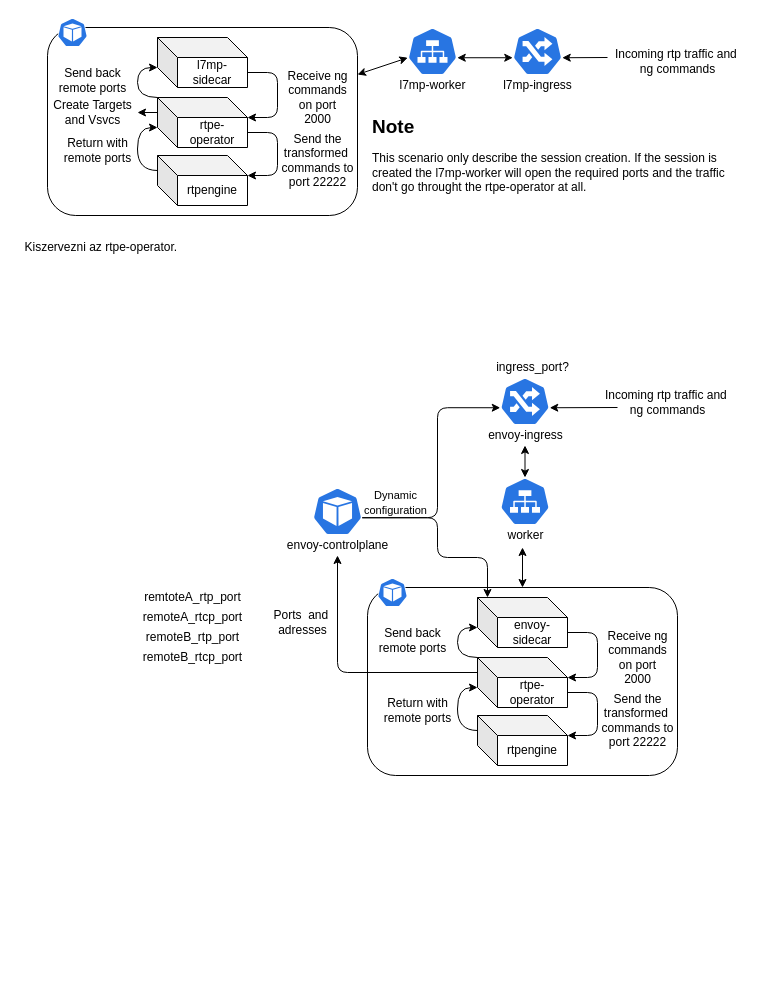
This is page "l7mp" (1 of 2) of images/figures.drawio from l7mp/l7mp-media-plane-controller, a draw.io file, before an edit. Source tidied: cells renumbered, new cells numbered last; positions are measured from the earlier drawing's top-left corner, leaving out a move shared by most shapes. Both pictures are drawn from the tidied source at 100%, with x=0, y=0 at pixel (17, 17).
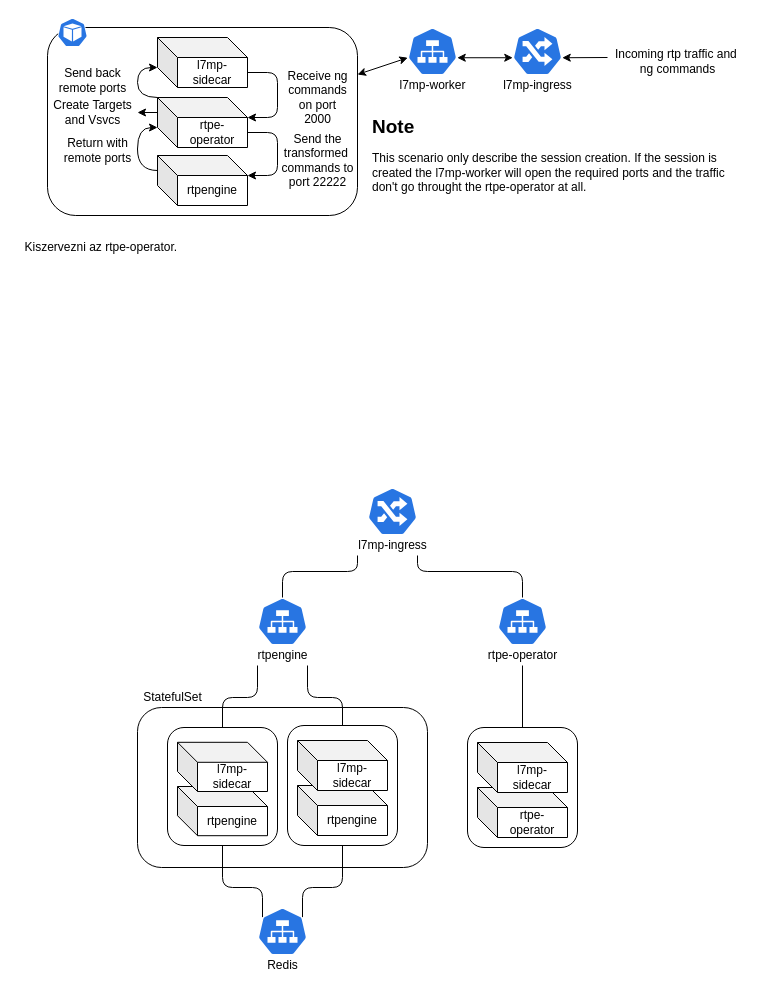
After the change.

Change to the diagram source:
```diff
@@
-    <mxCell id="2" style="group;" parent="1" vertex="1">
-      <mxGeometry x="350" y="570" width="315" height="188" as="geometry" />
-    </mxCell>
-    <mxCell id="3" style="rounded=1;whiteSpace=wrap;html=1;" parent="2" vertex="1">
-      <mxGeometry width="310" height="188" as="geometry" />
-    </mxCell>
-    <mxCell id="4" value="rtpengine" style="shape=cube;whiteSpace=wrap;html=1;boundedLbl=1;backgroundOutline=1;darkOpacity=0.05;darkOpacity2=0.1;" parent="2" vertex="1">
-      <mxGeometry x="110" y="128" width="90" height="50" as="geometry" />
-    </mxCell>
-    <mxCell id="5" value="rtpe-operator" style="shape=cube;whiteSpace=wrap;html=1;boundedLbl=1;backgroundOutline=1;darkOpacity=0.05;darkOpacity2=0.1;" parent="2" vertex="1">
-      <mxGeometry x="110" y="70" width="90" height="50" as="geometry" />
-    </mxCell>
-    <mxCell id="6" value="envoy-sidecar" style="shape=cube;whiteSpace=wrap;html=1;boundedLbl=1;backgroundOutline=1;darkOpacity=0.05;darkOpacity2=0.1;" parent="2" vertex="1">
-      <mxGeometry x="110" y="10" width="90" height="50" as="geometry" />
-    </mxCell>
-    <mxCell id="7" style="endArrow=classic;html=1;entryX=0;entryY=0;entryDx=90;entryDy=20;entryPerimeter=0;exitX=0;exitY=0;exitDx=90;exitDy=35;exitPerimeter=0;edgeStyle=entityRelationEdgeStyle;" parent="2" edge="1" source="6" target="5">
-      <mxGeometry relative="1" as="geometry" />
-    </mxCell>
-    <mxCell id="8" value="Receive ng&lt;br&gt;commands&lt;br&gt;on port&lt;br&gt;2000" style="text;html=1;align=center;verticalAlign=middle;" parent="2" vertex="1">
-      <mxGeometry x="230" y="40" width="80" height="60" as="geometry" />
-    </mxCell>
-    <mxCell id="9" style="endArrow=classic;html=1;exitX=0;exitY=0;exitDx=90;exitDy=35;exitPerimeter=0;entryX=0;entryY=0;entryDx=90;entryDy=20;entryPerimeter=0;edgeStyle=entityRelationEdgeStyle;" parent="2" edge="1" source="5" target="4">
-      <mxGeometry relative="1" as="geometry" />
-    </mxCell>
-    <mxCell id="10" value="Send the&lt;br&gt;transformed&amp;nbsp;&lt;br&gt;commands to&lt;br&gt;port 22222" style="text;html=1;align=center;verticalAlign=middle;" parent="2" vertex="1">
-      <mxGeometry x="225" y="103" width="90" height="60" as="geometry" />
-    </mxCell>
-    <mxCell id="11" style="endArrow=classic;html=1;entryX=0;entryY=0;entryDx=0;entryDy=30;entryPerimeter=0;exitX=0;exitY=0;exitDx=0;exitDy=15;exitPerimeter=0;edgeStyle=orthogonalEdgeStyle;curved=1;" parent="2" edge="1" source="4" target="5">
-      <mxGeometry relative="1" as="geometry">
-        <Array as="points">
-          <mxPoint x="90" y="143" />
-          <mxPoint x="90" y="100" />
-        </Array>
-      </mxGeometry>
-    </mxCell>
-    <mxCell id="12" value="Return with&lt;br&gt;remote ports" style="text;html=1;align=center;verticalAlign=middle;" parent="2" vertex="1">
-      <mxGeometry x="10" y="108" width="80" height="30" as="geometry" />
-    </mxCell>
-    <mxCell id="13" style="endArrow=classic;html=1;entryX=0;entryY=0;entryDx=0;entryDy=30;entryPerimeter=0;exitX=0;exitY=0;exitDx=0;exitDy=0;exitPerimeter=0;edgeStyle=orthogonalEdgeStyle;curved=1;" parent="2" edge="1" source="5" target="6">
-      <mxGeometry relative="1" as="geometry">
-        <Array as="points">
-          <mxPoint x="90" y="70" />
-          <mxPoint x="90" y="40" />
-        </Array>
-      </mxGeometry>
-    </mxCell>
-    <mxCell id="14" value="Send back&lt;br&gt;remote ports" style="text;html=1;align=center;verticalAlign=middle;" parent="2" vertex="1">
-      <mxGeometry x="5" y="38" width="80" height="30" as="geometry" />
-    </mxCell>
-    <mxCell id="15" style="html=1;dashed=0;whitespace=wrap;fillColor=#2875E2;strokeColor=#ffffff;shape=mxgraph.kubernetes.icon;prIcon=pod;" parent="2" vertex="1">
-      <mxGeometry x="10" y="-10" width="30" height="30" as="geometry" />
-    </mxCell>
+    <mxCell id="67" style="rounded=1;whiteSpace=wrap;html=1;" parent="1" vertex="1">
+      <mxGeometry x="120" y="690" width="290" height="160" as="geometry" />
+    </mxCell>
@@
-    <mxCell id="43" style="group;" parent="1" vertex="1">
-      <mxGeometry x="467.5" y="360" width="85" height="68" as="geometry" />
-    </mxCell>
+    <mxCell id="66" value="Kiszervezni az rtpe-operator.&amp;nbsp;" style="text;html=1;align=center;verticalAlign=middle;" parent="1" vertex="1">
+      <mxGeometry y="220" width="170" height="20" as="geometry" />
+    </mxCell>
+    <mxCell id="68" style="group;" parent="1" vertex="1">
+      <mxGeometry x="270" y="708" width="110" height="120" as="geometry" />
+    </mxCell>
+    <mxCell id="69" style="rounded=1;whiteSpace=wrap;html=1;" parent="68" vertex="1">
+      <mxGeometry width="110" height="120" as="geometry" />
+    </mxCell>
+    <mxCell id="70" value="rtpengine" style="shape=cube;whiteSpace=wrap;html=1;boundedLbl=1;backgroundOutline=1;darkOpacity=0.05;darkOpacity2=0.1;" parent="68" vertex="1">
+      <mxGeometry x="10" y="60" width="90" height="50" as="geometry" />
+    </mxCell>
+    <mxCell id="71" value="l7mp-sidecar" style="shape=cube;whiteSpace=wrap;html=1;boundedLbl=1;backgroundOutline=1;darkOpacity=0.05;darkOpacity2=0.1;" parent="68" vertex="1">
+      <mxGeometry x="10" y="15" width="90" height="50" as="geometry" />
+    </mxCell>
+    <mxCell id="72" style="group;" parent="1" vertex="1">
+      <mxGeometry x="150" y="710" width="110" height="118" as="geometry" />
+    </mxCell>
+    <mxCell id="73" style="rounded=1;whiteSpace=wrap;html=1;" parent="72" vertex="1">
+      <mxGeometry width="110" height="118" as="geometry" />
+    </mxCell>
+    <mxCell id="74" value="rtpengine" style="shape=cube;whiteSpace=wrap;html=1;boundedLbl=1;backgroundOutline=1;darkOpacity=0.05;darkOpacity2=0.1;" parent="72" vertex="1">
+      <mxGeometry x="10" y="59" width="90" height="49.2" as="geometry" />
+    </mxCell>
+    <mxCell id="75" value="l7mp-sidecar" style="shape=cube;whiteSpace=wrap;html=1;boundedLbl=1;backgroundOutline=1;darkOpacity=0.05;darkOpacity2=0.1;" parent="72" vertex="1">
+      <mxGeometry x="10" y="14.8" width="90" height="49.2" as="geometry" />
+    </mxCell>
+    <mxCell id="76" style="group;" parent="1" vertex="1">
+      <mxGeometry x="240" y="890" width="50" height="68" as="geometry" />
+    </mxCell>
+    <mxCell id="77" style="html=1;dashed=0;whitespace=wrap;fillColor=#2875E2;strokeColor=#ffffff;points=[[0.005,0.63,0],[0.1,0.2,0],[0.9,0.2,0],[0.5,0,0],[0.995,0.63,0],[0.72,0.99,0],[0.5,1,0],[0.28,0.99,0]];shape=mxgraph.kubernetes.icon;prIcon=svc;" parent="76" vertex="1">
+      <mxGeometry width="50" height="48" as="geometry" />
+    </mxCell>
+    <mxCell id="78" value="Redis" style="text;html=1;align=center;verticalAlign=middle;" parent="76" vertex="1">
+      <mxGeometry y="48" width="50" height="20" as="geometry" />
+    </mxCell>
+    <mxCell id="79" style="endArrow=none;html=1;entryX=0.5;entryY=1;entryDx=0;entryDy=0;edgeStyle=orthogonalEdgeStyle;exitX=0.9;exitY=0.2;exitDx=0;exitDy=0;exitPerimeter=0;" parent="1" edge="1" source="77" target="69">
+      <mxGeometry relative="1" as="geometry">
+        <Array as="points">
+          <mxPoint x="285" y="870" />
+          <mxPoint x="325" y="870" />
+        </Array>
+      </mxGeometry>
+    </mxCell>
+    <mxCell id="80" style="group;" parent="1" vertex="1">
+      <mxGeometry x="230" y="580" width="70" height="68" as="geometry" />
+    </mxCell>
+    <mxCell id="81" style="html=1;dashed=0;whitespace=wrap;fillColor=#2875E2;strokeColor=#ffffff;points=[[0.005,0.63,0],[0.1,0.2,0],[0.9,0.2,0],[0.5,0,0],[0.995,0.63,0],[0.72,0.99,0],[0.5,1,0],[0.28,0.99,0]];shape=mxgraph.kubernetes.icon;prIcon=svc;" parent="80" vertex="1">
+      <mxGeometry x="10" width="50" height="48" as="geometry" />
+    </mxCell>
+    <mxCell id="82" value="rtpengine" style="text;html=1;align=center;verticalAlign=middle;points=[];" parent="80" vertex="1">
+      <mxGeometry y="48" width="70" height="20" as="geometry" />
+    </mxCell>
+    <mxCell id="83" style="group;" parent="1" vertex="1">
+      <mxGeometry x="335" y="470" width="80" height="68" as="geometry" />
+    </mxCell>
-    <mxCell id="44" style="html=1;dashed=0;whitespace=wrap;fillColor=#2875E2;strokeColor=#ffffff;points=[[0.005,0.63,0],[0.1,0.2,0],[0.9,0.2,0],[0.5,0,0],[0.995,0.63,0],[0.72,0.99,0],[0.5,1,0],[0.28,0.99,0]];shape=mxgraph.kubernetes.icon;prIcon=ing;" parent="43" vertex="1">
+    <mxCell id="44" style="html=1;dashed=0;whitespace=wrap;fillColor=#2875E2;strokeColor=#ffffff;points=[[0.005,0.63,0],[0.1,0.2,0],[0.9,0.2,0],[0.5,0,0],[0.995,0.63,0],[0.72,0.99,0],[0.5,1,0],[0.28,0.99,0]];shape=mxgraph.kubernetes.icon;prIcon=ing;" parent="83" vertex="1">
       <mxGeometry x="15" width="50" height="48" as="geometry" />
     </mxCell>
-    <mxCell id="45" value="envoy-ingress" style="text;html=1;align=center;verticalAlign=middle;points=[];" parent="43" vertex="1">
-      <mxGeometry x="-5" y="48" width="90" height="20" as="geometry" />
-    </mxCell>
-    <mxCell id="46" style="group;" parent="1" vertex="1">
-      <mxGeometry x="467.5" y="460" width="80" height="68" as="geometry" />
-    </mxCell>
+    <mxCell id="84" value="l7mp-ingress" style="text;html=1;align=center;verticalAlign=middle;points=[];" parent="83" vertex="1">
+      <mxGeometry y="48" width="80" height="20" as="geometry" />
+    </mxCell>
+    <mxCell id="85" style="group;" parent="1" vertex="1">
+      <mxGeometry x="450" y="710" width="110" height="120" as="geometry" />
+    </mxCell>
+    <mxCell id="86" style="rounded=1;whiteSpace=wrap;html=1;" parent="85" vertex="1">
+      <mxGeometry width="110" height="120" as="geometry" />
+    </mxCell>
+    <mxCell id="5" value="rtpe-operator" style="shape=cube;whiteSpace=wrap;html=1;boundedLbl=1;backgroundOutline=1;darkOpacity=0.05;darkOpacity2=0.1;" parent="85" vertex="1">
+      <mxGeometry x="10" y="60" width="90" height="50" as="geometry" />
+    </mxCell>
+    <mxCell id="87" value="l7mp-sidecar" style="shape=cube;whiteSpace=wrap;html=1;boundedLbl=1;backgroundOutline=1;darkOpacity=0.05;darkOpacity2=0.1;" parent="85" vertex="1">
+      <mxGeometry x="10" y="15" width="90" height="50" as="geometry" />
+    </mxCell>
+    <mxCell id="88" style="endArrow=none;html=1;entryX=0.5;entryY=1;entryDx=0;entryDy=0;edgeStyle=orthogonalEdgeStyle;exitX=0.1;exitY=0.2;exitDx=0;exitDy=0;exitPerimeter=0;" parent="1" edge="1" source="77" target="73">
+      <mxGeometry relative="1" as="geometry">
+        <Array as="points">
+          <mxPoint x="245" y="870" />
+          <mxPoint x="205" y="870" />
+        </Array>
+      </mxGeometry>
+    </mxCell>
+    <mxCell id="89" style="endArrow=none;html=1;exitX=0.5;exitY=0;exitDx=0;exitDy=0;edgeStyle=orthogonalEdgeStyle;" parent="1" edge="1" source="73" target="82">
+      <mxGeometry relative="1" as="geometry">
+        <Array as="points">
+          <mxPoint x="205" y="680" />
+          <mxPoint x="240" y="680" />
+        </Array>
+      </mxGeometry>
+    </mxCell>
+    <mxCell id="90" style="endArrow=none;html=1;exitX=0.5;exitY=0;exitDx=0;exitDy=0;edgeStyle=orthogonalEdgeStyle;" parent="1" edge="1" source="69" target="82">
+      <mxGeometry relative="1" as="geometry">
+        <Array as="points">
+          <mxPoint x="325" y="680" />
+          <mxPoint x="290" y="680" />
+        </Array>
+      </mxGeometry>
+    </mxCell>
+    <mxCell id="91" style="group;" parent="1" vertex="1">
+      <mxGeometry x="465" y="580" width="80" height="68" as="geometry" />
+    </mxCell>
-    <mxCell id="47" style="html=1;dashed=0;whitespace=wrap;fillColor=#2875E2;strokeColor=#ffffff;points=[[0.005,0.63,0],[0.1,0.2,0],[0.9,0.2,0],[0.5,0,0],[0.995,0.63,0],[0.72,0.99,0],[0.5,1,0],[0.28,0.99,0]];shape=mxgraph.kubernetes.icon;prIcon=svc;" parent="46" vertex="1">
+    <mxCell id="47" style="html=1;dashed=0;whitespace=wrap;fillColor=#2875E2;strokeColor=#ffffff;points=[[0.005,0.63,0],[0.1,0.2,0],[0.9,0.2,0],[0.5,0,0],[0.995,0.63,0],[0.72,0.99,0],[0.5,1,0],[0.28,0.99,0]];shape=mxgraph.kubernetes.icon;prIcon=svc;" parent="91" vertex="1">
       <mxGeometry x="15" width="50" height="48" as="geometry" />
     </mxCell>
-    <mxCell id="48" value="worker" style="text;html=1;align=center;verticalAlign=middle;" parent="46" vertex="1">
-      <mxGeometry x="15" y="48" width="50" height="20" as="geometry" />
-    </mxCell>
-    <mxCell id="49" value="Incoming rtp traffic and&amp;nbsp;&lt;br&gt;ng commands" style="text;html=1;align=center;verticalAlign=middle;" parent="1" vertex="1">
-      <mxGeometry x="580" y="370" width="140" height="30" as="geometry" />
-    </mxCell>
-    <mxCell id="50" style="endArrow=classic;startArrow=classic;html=1;exitX=0.5;exitY=0;exitDx=0;exitDy=0;" parent="1" edge="1" source="3">
-      <mxGeometry relative="1" as="geometry">
-        <mxPoint x="505" y="530" as="targetPoint" />
-      </mxGeometry>
-    </mxCell>
-    <mxCell id="51" style="endArrow=classic;startArrow=classic;html=1;exitX=0.5;exitY=0;exitDx=0;exitDy=0;exitPerimeter=0;" parent="1" edge="1" source="47" target="45">
-      <mxGeometry relative="1" as="geometry" />
-    </mxCell>
-    <mxCell id="52" style="group;" parent="1" vertex="1">
-      <mxGeometry x="280" y="470" width="100" height="68" as="geometry" />
-    </mxCell>
-    <mxCell id="53" style="html=1;dashed=0;whitespace=wrap;fillColor=#2875E2;strokeColor=#ffffff;points=[[0.005,0.63,0],[0.1,0.2,0],[0.9,0.2,0],[0.5,0,0],[0.995,0.63,0],[0.72,0.99,0],[0.5,1,0],[0.28,0.99,0]];shape=mxgraph.kubernetes.icon;prIcon=pod;" parent="52" vertex="1">
-      <mxGeometry x="15" width="50" height="48" as="geometry" />
-    </mxCell>
-    <mxCell id="54" value="envoy-controlplane" style="text;html=1;align=center;verticalAlign=middle;points=[];" parent="52" vertex="1">
-      <mxGeometry x="-20" y="48" width="120" height="20" as="geometry" />
-    </mxCell>
-    <mxCell id="55" value="Ports&amp;nbsp; and&amp;nbsp;&lt;br&gt;adresses" style="text;html=1;align=center;verticalAlign=middle;" parent="1" vertex="1">
-      <mxGeometry x="250" y="590" width="70" height="30" as="geometry" />
-    </mxCell>
-    <mxCell id="56" style="endArrow=classic;html=1;entryX=0.995;entryY=0.63;entryDx=0;entryDy=0;entryPerimeter=0;" parent="1" edge="1" target="44">
-      <mxGeometry relative="1" as="geometry">
-        <mxPoint x="600" y="390" as="sourcePoint" />
-      </mxGeometry>
-    </mxCell>
-    <mxCell id="57" style="endArrow=classic;html=1;exitX=0;exitY=0;exitDx=0;exitDy=15;exitPerimeter=0;edgeStyle=orthogonalEdgeStyle;" parent="1" edge="1" source="5" target="54">
-      <mxGeometry relative="1" as="geometry" />
-    </mxCell>
-    <mxCell id="58" style="endArrow=classic;html=1;exitX=0.995;exitY=0.63;exitDx=0;exitDy=0;exitPerimeter=0;edgeStyle=orthogonalEdgeStyle;" parent="1" edge="1" source="53" target="6">
-      <mxGeometry relative="1" as="geometry">
-        <Array as="points">
-          <mxPoint x="420" y="500" />
-          <mxPoint x="420" y="540" />
-          <mxPoint x="470" y="540" />
-        </Array>
-      </mxGeometry>
-    </mxCell>
-    <mxCell id="59" style="endArrow=classic;html=1;entryX=0.005;entryY=0.63;entryDx=0;entryDy=0;entryPerimeter=0;exitX=0.995;exitY=0.63;exitDx=0;exitDy=0;exitPerimeter=0;edgeStyle=orthogonalEdgeStyle;" parent="1" edge="1" source="53" target="44">
-      <mxGeometry relative="1" as="geometry">
-        <Array as="points">
-          <mxPoint x="420" y="500" />
-          <mxPoint x="420" y="390" />
-        </Array>
-      </mxGeometry>
-    </mxCell>
-    <mxCell id="60" value="&lt;font style=&quot;font-size: 11px&quot;&gt;Dynamic&lt;br&gt;configuration&lt;/font&gt;" style="text;html=1;align=center;verticalAlign=middle;" parent="1" vertex="1">
-      <mxGeometry x="338" y="470" width="80" height="30" as="geometry" />
-    </mxCell>
-    <mxCell id="61" value="remtoteA_rtp_port" style="text;html=1;align=center;verticalAlign=middle;" parent="1" vertex="1">
-      <mxGeometry x="120" y="570" width="110" height="20" as="geometry" />
-    </mxCell>
-    <mxCell id="62" value="remoteA_rtcp_port" style="text;html=1;align=center;verticalAlign=middle;" parent="1" vertex="1">
-      <mxGeometry x="120" y="590" width="110" height="20" as="geometry" />
-    </mxCell>
-    <mxCell id="63" value="remoteB_rtp_port" style="text;html=1;align=center;verticalAlign=middle;" parent="1" vertex="1">
-      <mxGeometry x="120" y="610" width="110" height="20" as="geometry" />
-    </mxCell>
-    <mxCell id="64" value="remoteB_rtcp_port" style="text;html=1;align=center;verticalAlign=middle;" parent="1" vertex="1">
-      <mxGeometry x="120" y="630" width="110" height="20" as="geometry" />
-    </mxCell>
-    <mxCell id="65" value="ingress_port?" style="text;html=1;align=center;verticalAlign=middle;" parent="1" vertex="1">
-      <mxGeometry x="470" y="340" width="90" height="20" as="geometry" />
-    </mxCell>
-    <mxCell id="66" value="Kiszervezni az rtpe-operator.&amp;nbsp;" style="text;html=1;align=center;verticalAlign=middle;" parent="1" vertex="1">
-      <mxGeometry y="220" width="170" height="20" as="geometry" />
-    </mxCell>
+    <mxCell id="92" value="rtpe-operator" style="text;html=1;align=center;verticalAlign=middle;points=[];" parent="91" vertex="1">
+      <mxGeometry y="48" width="80" height="20" as="geometry" />
+    </mxCell>
+    <mxCell id="93" style="endArrow=none;html=1;exitX=0.5;exitY=0;exitDx=0;exitDy=0;" parent="1" edge="1" source="86" target="92">
+      <mxGeometry relative="1" as="geometry" />
+    </mxCell>
+    <mxCell id="94" style="endArrow=none;html=1;exitX=0.5;exitY=0;exitDx=0;exitDy=0;exitPerimeter=0;edgeStyle=orthogonalEdgeStyle;" parent="1" edge="1" source="81" target="84">
+      <mxGeometry relative="1" as="geometry">
+        <Array as="points">
+          <mxPoint x="265" y="554" />
+          <mxPoint x="340" y="554" />
+        </Array>
+      </mxGeometry>
+    </mxCell>
+    <mxCell id="95" style="endArrow=none;html=1;exitX=0.5;exitY=0;exitDx=0;exitDy=0;exitPerimeter=0;edgeStyle=orthogonalEdgeStyle;" parent="1" edge="1" source="47" target="84">
+      <mxGeometry relative="1" as="geometry">
+        <Array as="points">
+          <mxPoint x="505" y="554" />
+          <mxPoint x="400" y="554" />
+        </Array>
+      </mxGeometry>
+    </mxCell>
+    <mxCell id="96" value="StatefulSet" style="text;html=1;align=center;verticalAlign=middle;" parent="1" vertex="1">
+      <mxGeometry x="120" y="670" width="70" height="20" as="geometry" />
+    </mxCell>
```
